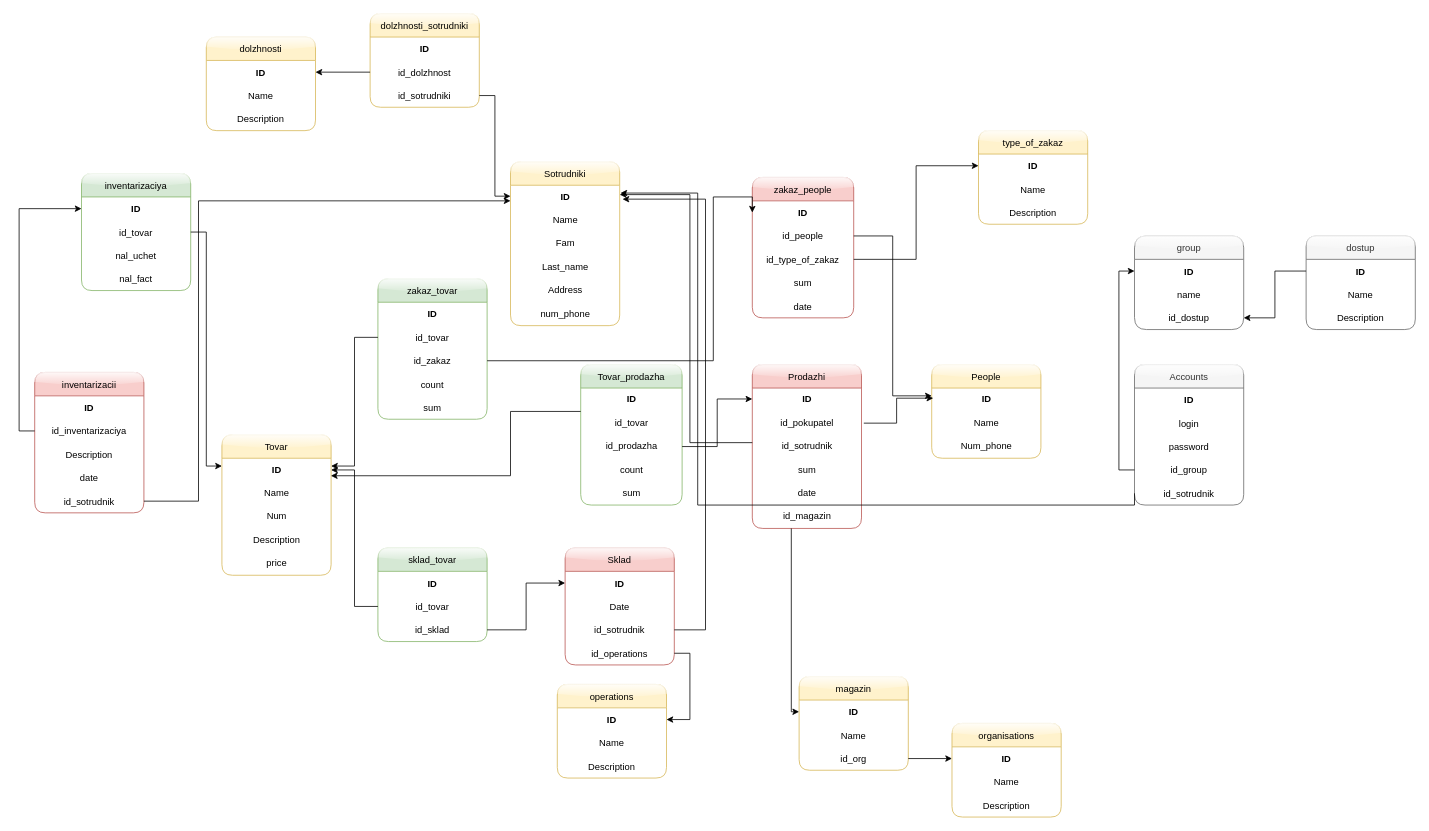
The draw.io diagram Диаграмма без названия.drawio in OGdanik/db_diagrams, before the edit. Source tidied: cells renumbered, new cells numbered last; positions are measured from the earlier drawing's top-left corner, leaving out a move shared by most shapes. Both pictures are drawn from the tidied source at 78%, with x=0, y=0 at pixel (34, 13).
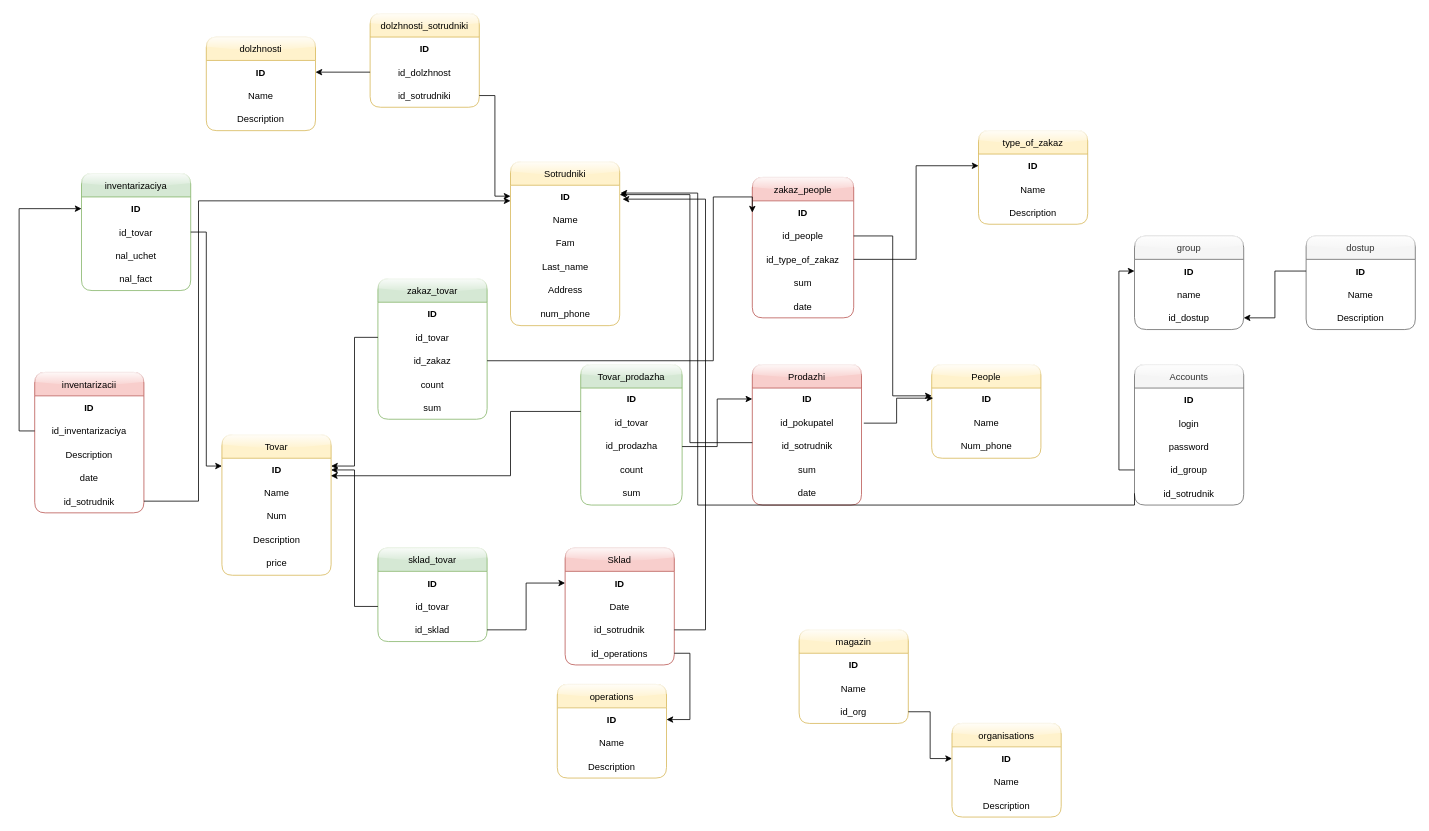
The same diagram, later.

The change refers to these unchanged cells:
```xml
<mxCell id="118" value="ID" style="text;strokeColor=none;fillColor=none;align=center;verticalAlign=middle;spacingLeft=4;spacingRight=4;overflow=hidden;points=[[0,0.5],[1,0.5]];portConstraint=eastwest;rounded=1;shadow=0;glass=1;sketch=0;fontStyle=1;" parent="117" vertex="1">
  <mxGeometry y="30" width="140" height="30" as="geometry" />
</mxCell>
```

Change to the diagram source:
```diff
@@
     <mxCell id="7" value="Prodazhi" style="swimlane;fontStyle=0;horizontal=1;startSize=30;fillColor=#f8cecc;strokeColor=#b85450;swimlaneFillColor=default;rounded=1;shadow=0;sketch=0;glass=1;" parent="1" vertex="1">
-      <mxGeometry x="920" y="450" width="140" height="210" as="geometry" />
+      <mxGeometry x="920" y="450" width="140" height="180" as="geometry" />
     </mxCell>
@@
-    <mxCell id="13" value="id_magazin" style="text;html=1;align=center;verticalAlign=middle;points=[];strokeColor=none;fillColor=none;" parent="7" vertex="1">
-      <mxGeometry y="180" width="140" height="30" as="geometry" />
-    </mxCell>
@@
     <mxCell id="117" value="magazin" style="swimlane;fontStyle=0;horizontal=1;startSize=30;rounded=1;shadow=0;glass=1;sketch=0;gradientColor=none;fillColor=#fff2cc;strokeColor=#d6b656;swimlaneFillColor=default;" parent="1" vertex="1">
-      <mxGeometry x="980" y="850" width="140" height="120" as="geometry" />
+      <mxGeometry x="980" y="790" width="140" height="120" as="geometry" />
     </mxCell>
@@
-    <mxCell id="123" style="edgeStyle=orthogonalEdgeStyle;rounded=0;jettySize=auto;html=1;entryX=0;entryY=0.5;entryDx=0;entryDy=0;" parent="1" edge="1" source="13" target="118">
-      <mxGeometry relative="1" as="geometry">
-        <Array as="points">
-          <mxPoint x="970" y="895" />
-        </Array>
-      </mxGeometry>
-    </mxCell>
```
